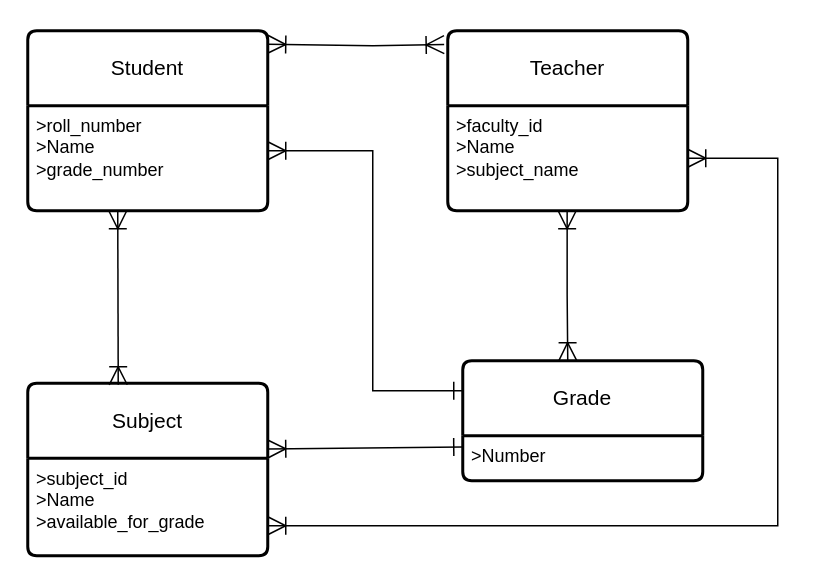
This is erd2.drawio from AyushSaxena01/erd, a draw.io file, before an edit. Source tidied: cells renumbered, new cells numbered last; positions are measured from the earlier drawing's top-left corner, leaving out a move shared by most shapes. Both pictures are drawn from the tidied source at 150%, with x=0, y=0 at pixel (27, 30).
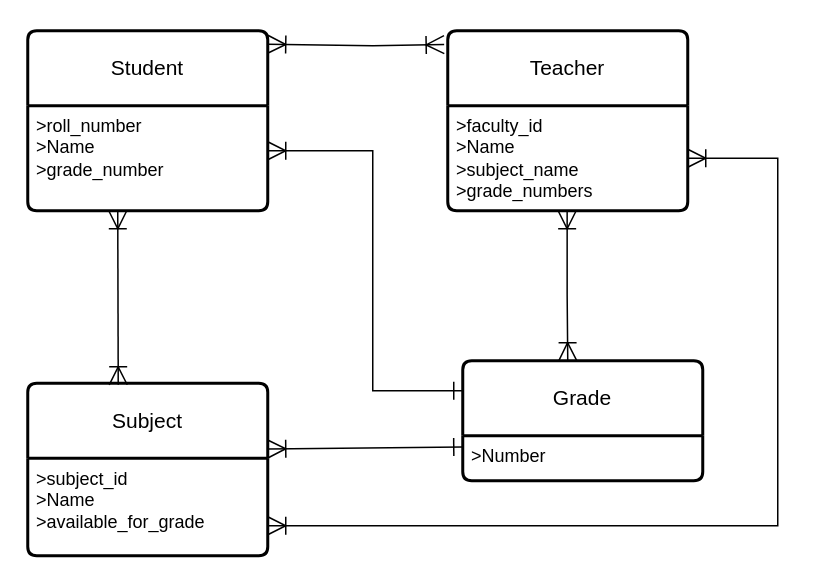
After the change.

Unchanged cells that the change refers to:
```xml
<mxCell id="4" value="Teacher" style="swimlane;horizontal=1;startSize=50;rounded=1;fontSize=14;fontStyle=0;strokeWidth=2;shadow=0;dashed=0;align=center;arcSize=4;whiteSpace=wrap;html=1;" parent="1" vertex="1">
  <mxGeometry x="280" width="160" height="120" as="geometry" />
</mxCell>
```

The edit, as a diff of the source:
```diff
@@
-    <mxCell id="5" value="&amp;gt;faculty_id&lt;br&gt;&amp;gt;Name&lt;br&gt;&amp;gt;subject_name" style="align=left;strokeColor=none;fillColor=none;spacingLeft=4;fontSize=12;verticalAlign=top;html=1;" parent="4" vertex="1">
+    <mxCell id="5" value="&amp;gt;faculty_id&lt;br&gt;&amp;gt;Name&lt;br&gt;&amp;gt;subject_name&lt;br&gt;&amp;gt;grade_numbers" style="align=left;strokeColor=none;fillColor=none;spacingLeft=4;fontSize=12;verticalAlign=top;html=1;" parent="4" vertex="1">
       <mxGeometry y="50" width="160" height="70" as="geometry" />
     </mxCell>
```
